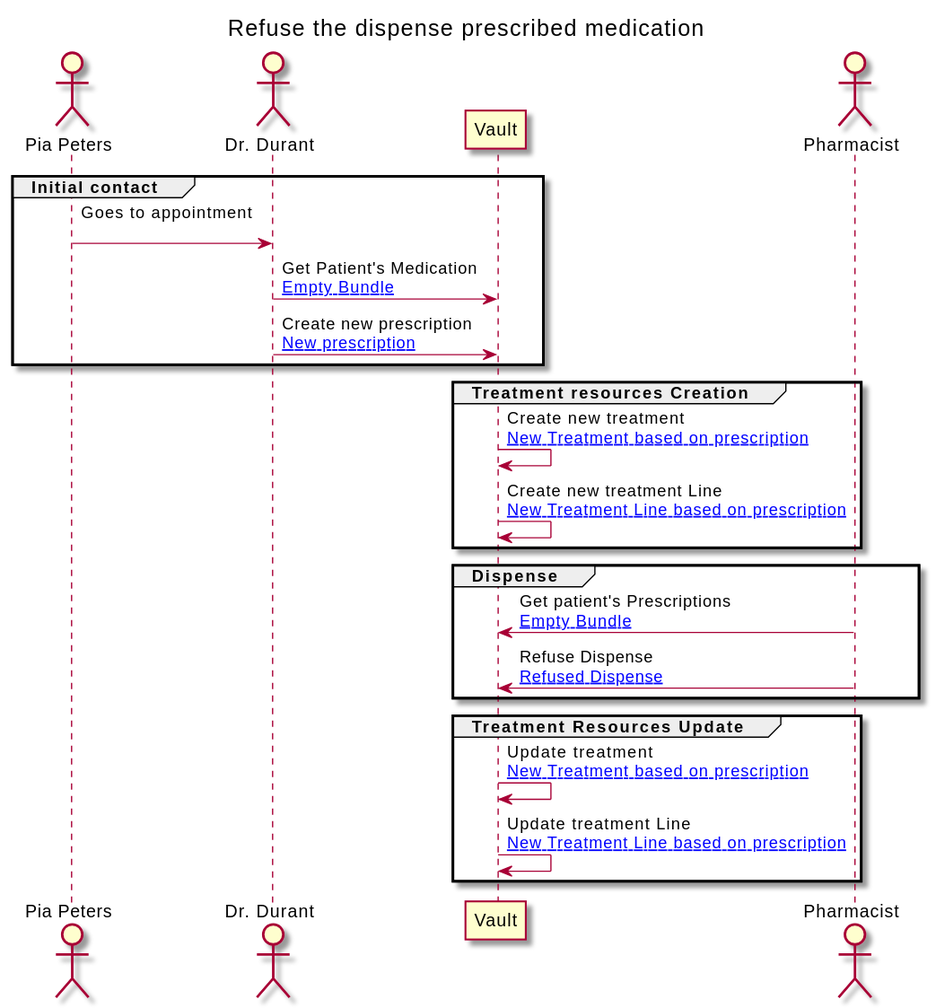
The PlantUML diagram branches/master/ExampleScenario-example-6-scenario.svg in jcostateixeira/riziv-medication-record, before a commit.
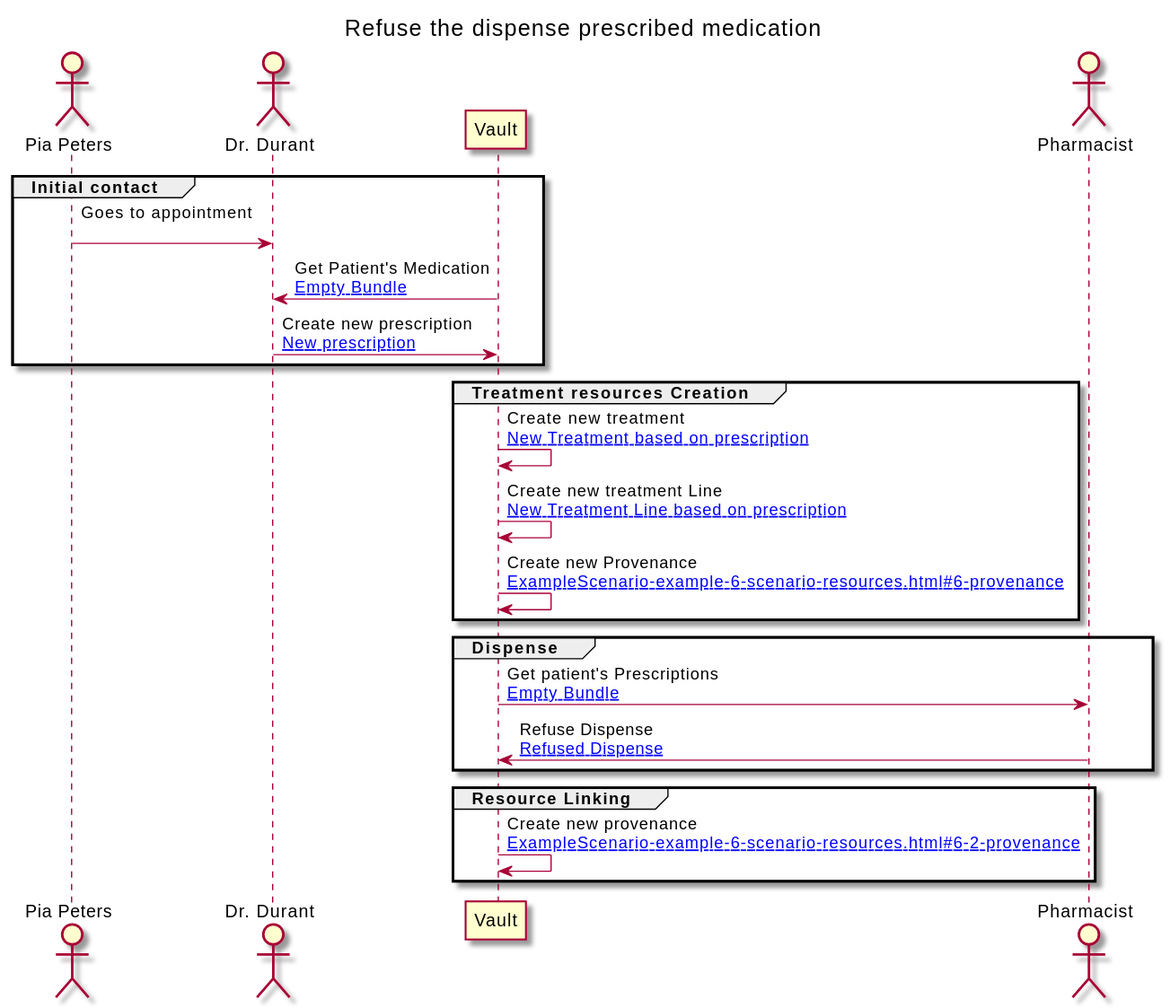
After the commit.

Change to the diagram source:
```diff
@@ -16,7 +16,7 @@
 group Initial contact
 
 PATIENT -> GP : Goes to appointment\n
-GP -> VAULT : Get Patient's Medication\n[[ExampleScenario-example-6-scenario-resources.html#EB Empty Bundle]]
+VAULT -> GP : Get Patient's Medication\n[[ExampleScenario-example-6-scenario-resources.html#EB Empty Bundle]]
 GP -> VAULT : Create new prescription\n[[ExampleScenario-example-6-scenario-resources.html#6-prescription New prescription]]
 end
 
@@ -24,18 +24,18 @@
 
 VAULT -> VAULT : Create new treatment\n[[ExampleScenario-example-6-scenario-resources.html#6-treatment New Treatment based on prescription]]
 VAULT -> VAULT : Create new treatment Line\n[[ExampleScenario-example-6-scenario-resources.html#6-treatmentLine New Treatment Line based on prescription]]
+VAULT -> VAULT : Create new Provenance\n[[ExampleScenario-example-6-scenario-resources.html#6-provenance ]]
 end
 
 group Dispense
 
-PHARM -> VAULT : Get patient's Prescriptions\n[[ExampleScenario-example-6-scenario-resources.html#EB Empty Bundle]]
+VAULT -> PHARM : Get patient's Prescriptions\n[[ExampleScenario-example-6-scenario-resources.html#EB Empty Bundle]]
 PHARM -> VAULT : Refuse Dispense\n[[ExampleScenario-example-6-scenario-resources.html#6-dispense Refused Dispense]]
 end
 
-group Treatment Resources Update
+group Resource Linking
 
-VAULT -> VAULT : Update treatment\n[[ExampleScenario-example-6-scenario-resources.html#6-treatment New Treatment based on prescription]]
-VAULT -> VAULT : Update treatment Line\n[[ExampleScenario-example-6-scenario-resources.html#6-treatmentLine New Treatment Line based on prescription]]
+VAULT -> VAULT : Create new provenance\n[[ExampleScenario-example-6-scenario-resources.html#6-2-provenance ]]
 end
 
 
```
